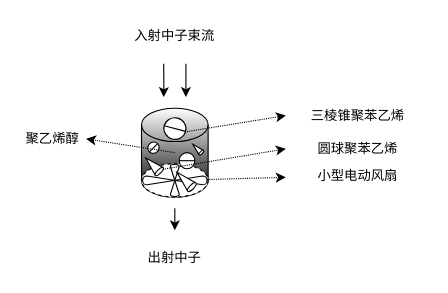
The draw.io diagram 掩膜示意图.drawio in NuaaMtz/github-, before the edit. Source tidied: cells renumbered, new cells numbered last; positions are measured from the earlier drawing's top-left corner, leaving out a move shared by most shapes. Both pictures are drawn from the tidied source at 111%, with x=0, y=0 at pixel (19, 19).
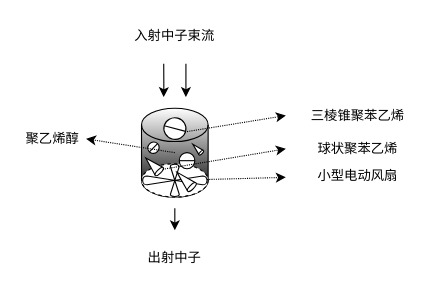
The same diagram, later.

Commit message:
Update 掩膜示意图.drawio

The edit, as a diff of the source:
```diff
@@
-    <mxCell id="19" value="&lt;font style=&quot;font-size: 12px;&quot;&gt;圆球聚苯乙烯&lt;/font&gt;" style="text;strokeColor=none;align=center;fillColor=none;html=1;verticalAlign=middle;whiteSpace=wrap;rounded=0;" parent="1" vertex="1">
+    <mxCell id="19" value="&lt;font style=&quot;font-size: 12px;&quot;&gt;球状聚苯乙烯&lt;/font&gt;" style="text;strokeColor=none;align=center;fillColor=none;html=1;verticalAlign=middle;whiteSpace=wrap;rounded=0;" parent="1" vertex="1">
       <mxGeometry x="240" y="101.6" width="130" height="30" as="geometry" />
     </mxCell>
```
